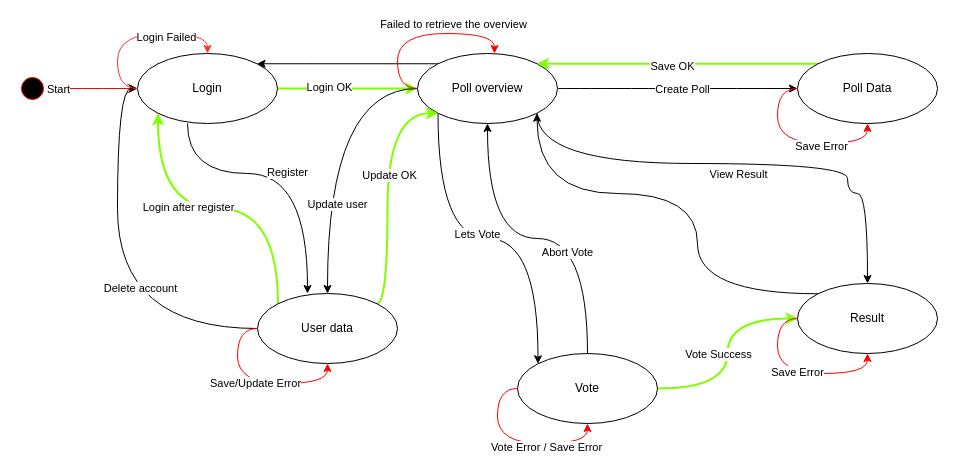
Before: DesignDocument/FeedApp_FlowDiagram.drawio in spydx/dat250gruppe9, a draw.io diagram. Source tidied: cells renumbered, new cells numbered last; positions are measured from the earlier drawing's top-left corner, leaving out a move shared by most shapes. Both pictures are drawn from the tidied source at 100%, with x=0, y=0 at pixel (17, 33).
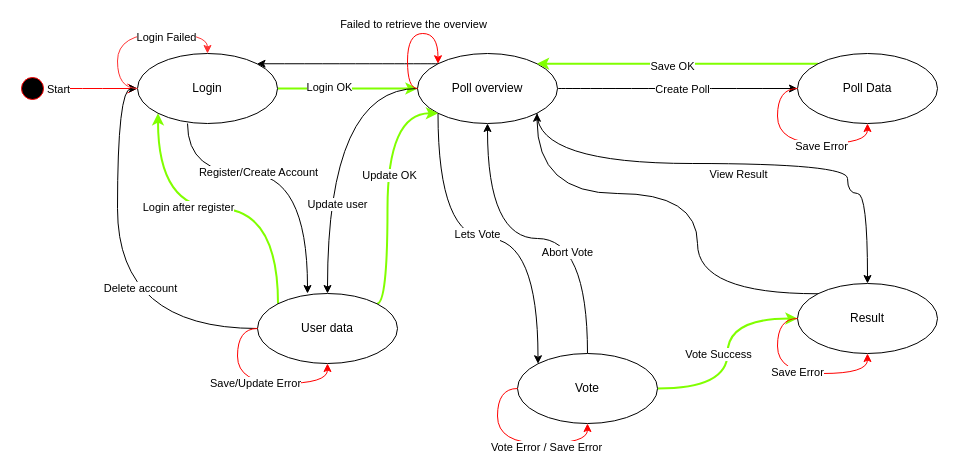
The same page after the edit.

Unchanged cells that the change refers to:
```xml
<mxCell id="5" style="edgeStyle=orthogonalEdgeStyle;curved=1;orthogonalLoop=1;jettySize=auto;html=1;exitX=0.5;exitY=1;exitDx=0;exitDy=0;" parent="1" edge="1">
  <mxGeometry relative="1" as="geometry">
    <mxPoint x="170" y="90" as="sourcePoint" />
    <mxPoint x="290" y="260" as="targetPoint" />
    <Array as="points">
      <mxPoint x="170" y="140" />
      <mxPoint x="290" y="140" />
    </Array>
  </mxGeometry>
</mxCell>
<mxCell id="19" value="Poll overview" style="ellipse;whiteSpace=wrap;html=1;" parent="1" vertex="1">
  <mxGeometry x="400" y="20" width="140" height="70" as="geometry" />
</mxCell>
```

The edit, as a diff of the source:
```diff
@@
-    <mxCell id="6" value="Register" style="edgeLabel;html=1;align=center;verticalAlign=middle;" parent="5" vertex="1">
-      <mxGeometry x="0.03" y="2" relative="1" as="geometry" />
+    <mxCell id="6" value="Register/Create Account" style="edgeLabel;html=1;align=center;verticalAlign=middle;" parent="5" vertex="1">
+      <mxGeometry x="0.03" y="2" relative="1" as="geometry">
+        <mxPoint x="-29" as="offset" />
+      </mxGeometry>
     </mxCell>
@@
-    <mxCell id="46" style="edgeStyle=orthogonalEdgeStyle;curved=1;orthogonalLoop=1;jettySize=auto;html=1;exitX=0;exitY=0.5;exitDx=0;exitDy=0;entryX=0.55;entryY=0;entryDx=0;entryDy=0;entryPerimeter=0;strokeColor=#FF0000;" parent="1" edge="1" source="19" target="19">
+    <mxCell id="46" style="edgeStyle=orthogonalEdgeStyle;orthogonalLoop=1;jettySize=auto;html=1;exitX=0;exitY=0.5;exitDx=0;exitDy=0;entryX=0;entryY=0;entryDx=0;entryDy=0;curved=1;strokeColor=#FF0000;" parent="1" edge="1" source="19" target="19">
       <mxGeometry relative="1" as="geometry">
         <Array as="points">
-          <mxPoint x="380" y="55" />
-          <mxPoint x="380" />
-          <mxPoint x="477" />
+          <mxPoint x="390" y="55" />
+          <mxPoint x="390" />
+          <mxPoint x="421" />
         </Array>
       </mxGeometry>
     </mxCell>
-    <mxCell id="47" value="Failed to retrieve the overview" style="edgeLabel;html=1;align=center;verticalAlign=middle;" parent="46" vertex="1">
-      <mxGeometry x="0.35" y="3" relative="1" as="geometry">
-        <mxPoint y="-7" as="offset" />
+    <mxCell id="47" value="Failed to retrieve the overview" style="edgeLabel;html=1;align=center;verticalAlign=middle;rotation=0;" parent="46" vertex="1">
+      <mxGeometry x="0.11" y="-4" relative="1" as="geometry">
+        <mxPoint y="-14" as="offset" />
       </mxGeometry>
     </mxCell>
```
